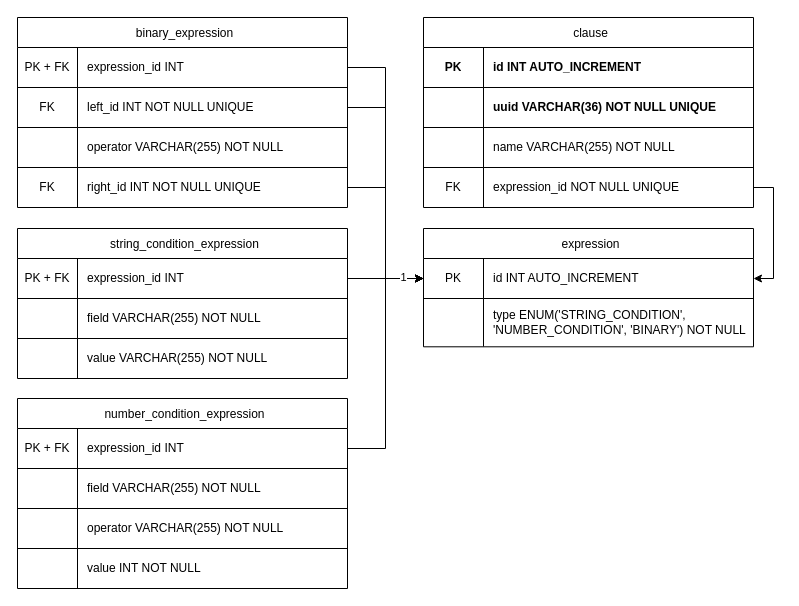
Before: page "Page-1" (1 of 2) of documentation/diagrams/data_model.drawio in KvalitetsIT/klausuleret-tilskud-valideringskomponent, a draw.io diagram. Source tidied: cells renumbered, new cells numbered last; positions are measured from the earlier drawing's top-left corner, leaving out a move shared by most shapes. Both pictures are drawn from the tidied source at 100%, with x=0, y=0 at pixel (17, 17).
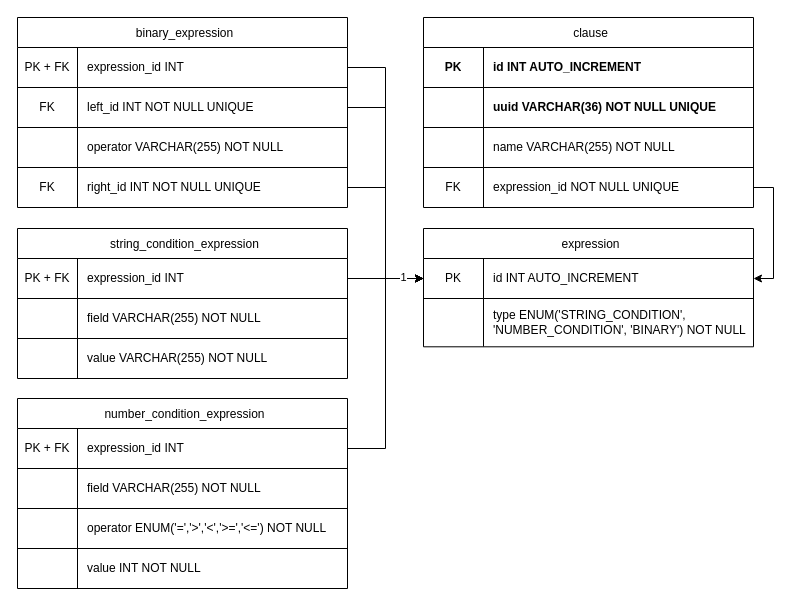
Above is the later version.

Commit message (it also covers changes not shown here):
Make operator enum in number_condition_expression

The change refers to these unchanged cells:
```xml
<mxCell id="59" style="shape=tableRow;horizontal=0;startSize=0;swimlaneHead=0;swimlaneBody=0;strokeColor=inherit;top=0;left=0;bottom=0;right=0;fillColor=none;" parent="52" vertex="1">
  <mxGeometry y="110" width="330" height="40" as="geometry" />
</mxCell>
```

Diff of the diagram source:
```diff
@@
-    <mxCell id="61" value="operator VARCHAR(255) NOT NULL" style="shape=partialRectangle;html=1;whiteSpace=wrap;strokeColor=inherit;overflow=hidden;fillColor=none;top=0;left=0;bottom=0;right=0;align=left;spacingLeft=8;" parent="59" vertex="1">
+    <mxCell id="61" value="operator ENUM('=','&amp;gt;','&amp;lt;','&amp;gt;=','&amp;lt;=') NOT NULL" style="shape=partialRectangle;html=1;whiteSpace=wrap;strokeColor=inherit;overflow=hidden;fillColor=none;top=0;left=0;bottom=0;right=0;align=left;spacingLeft=8;" parent="59" vertex="1">
       <mxGeometry x="60" width="270" height="40" as="geometry" />
     </mxCell>
```
